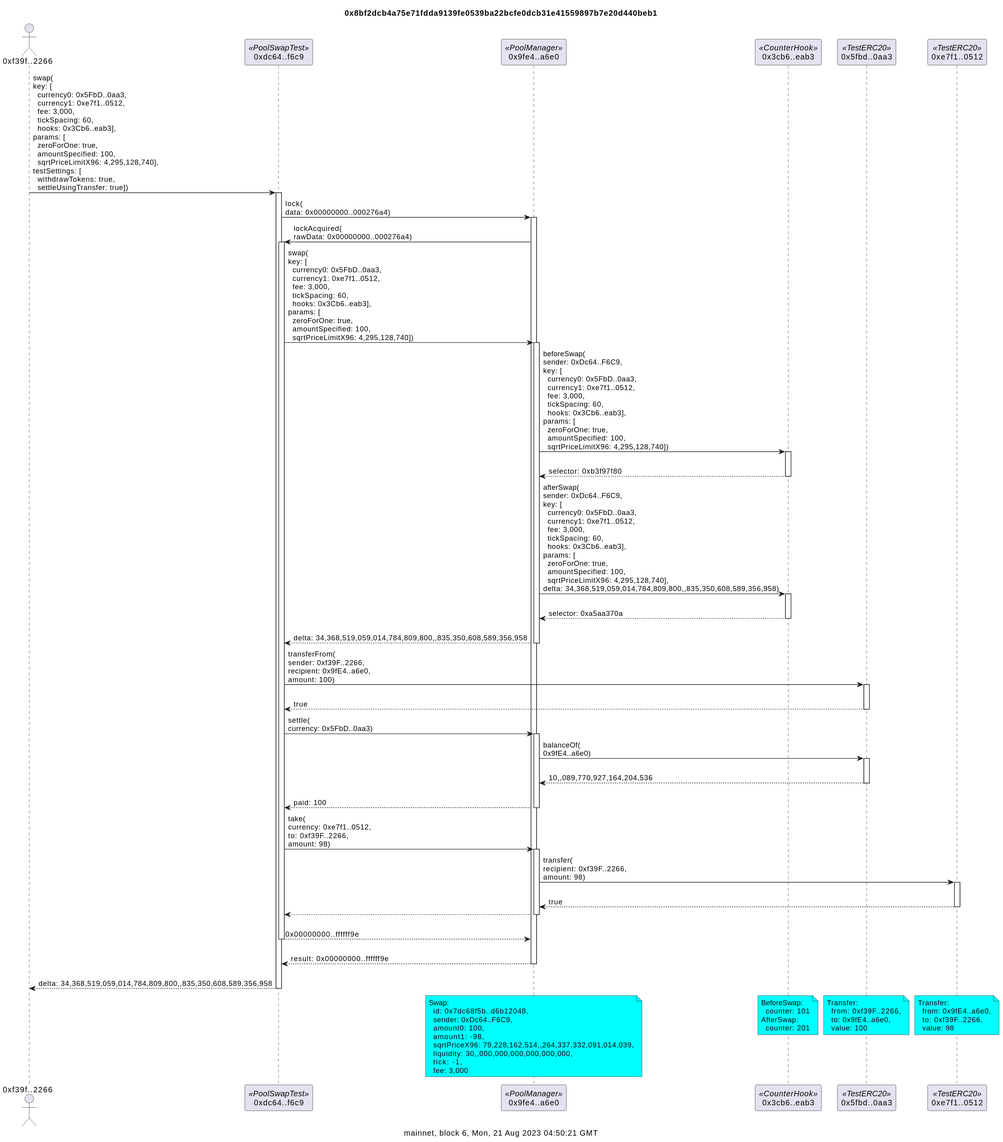
Before: docs/counterSwapDetailed.svg, a diagram exported from PlantUML (naddison36/uniswap-v4-hooks).
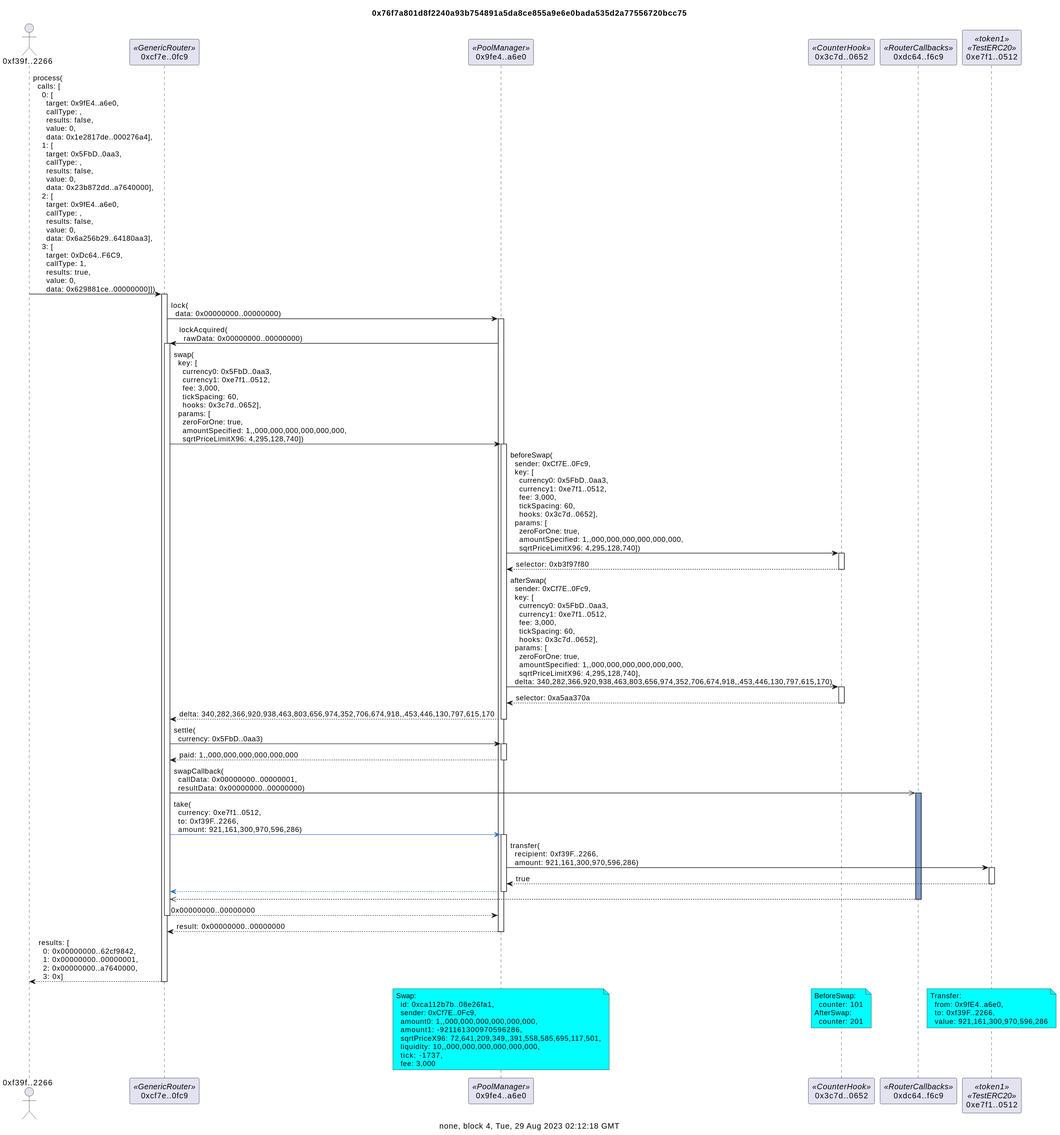
The same diagram one commit later.

The edit, as a diff of the source:
```diff
@@ -1,78 +1,68 @@
 @startuml
-title 0x8bf2dcb4a75e71fdda9139fe0539ba22bcfe0dcb31e41559897b7e20d440beb1
+title 0x76f7a801d8f2240a93b754891a5da8ce855a9e6e0bada535d2a77556720bcc75
 
-caption mainnet, block 6, Mon, 21 Aug 2023 04:50:21 GMT
+caption none, block 4, Tue, 29 Aug 2023 02:12:18 GMT
 actor "0xf39f..2266" as f39f2266
-participant "0xdc64..f6c9" as dc64f6c9 <<PoolSwapTest>>
+participant "0xcf7e..0fc9" as cf7e0fc9 <<GenericRouter>>
 participant "0x9fe4..a6e0" as 9fe4a6e0 <<PoolManager>>
-participant "0x3cb6..eab3" as 3cb6eab3 <<CounterHook>>
-participant "0x5fbd..0aa3" as 5fbd0aa3 <<TestERC20>>
-participant "0xe7f1..0512" as e7f10512 <<TestERC20>>
+participant "0x3c7d..0652" as 3c7d0652 <<CounterHook>>
+participant "0xdc64..f6c9" as dc64f6c9 <<RouterCallbacks>>
+participant "0xe7f1..0512" as e7f10512 <<token1>><<TestERC20>>
 
-f39f2266 -> dc64f6c9: swap(\nkey: [\n  currency0: 0x5FbD..0aa3,\n  currency1: 0xe7f1..0512,\n  fee: 3,000,\n  tickSpacing: 60,\n  hooks: 0x3Cb6..eab3],\nparams: [\n  zeroForOne: true,\n  amountSpecified: 100,\n  sqrtPriceLimitX96: 4,295,128,740],\ntestSettings: [\n  withdrawTokens: true,\n  settleUsingTransfer: true])
-activate dc64f6c9
-dc64f6c9 -> 9fe4a6e0: lock(\ndata: 0x00000000..000276a4)
+f39f2266 -> cf7e0fc9: process(\n  calls: [\n    0: [\n      target: 0x9fE4..a6e0,\n      callType: ,\n      results: false,\n      value: 0,\n      data: 0x1e2817de..000276a4],\n    1: [\n      target: 0x5FbD..0aa3,\n      callType: ,\n      results: false,\n      value: 0,\n      data: 0x23b872dd..a7640000],\n    2: [\n      target: 0x9fE4..a6e0,\n      callType: ,\n      results: false,\n      value: 0,\n      data: 0x6a256b29..64180aa3],\n    3: [\n      target: 0xDc64..F6C9,\n      callType: 1,\n      results: true,\n      value: 0,\n      data: 0x629881ce..00000000]])
+activate cf7e0fc9
+cf7e0fc9 -> 9fe4a6e0: lock(\n  data: 0x00000000..00000000)
 activate 9fe4a6e0
-9fe4a6e0 -> dc64f6c9: lockAcquired(\nrawData: 0x00000000..000276a4)
-activate dc64f6c9
-dc64f6c9 -> 9fe4a6e0: swap(\nkey: [\n  currency0: 0x5FbD..0aa3,\n  currency1: 0xe7f1..0512,\n  fee: 3,000,\n  tickSpacing: 60,\n  hooks: 0x3Cb6..eab3],\nparams: [\n  zeroForOne: true,\n  amountSpecified: 100,\n  sqrtPriceLimitX96: 4,295,128,740])
+9fe4a6e0 -> cf7e0fc9: lockAcquired(\n  rawData: 0x00000000..00000000)
+activate cf7e0fc9
+cf7e0fc9 -> 9fe4a6e0: swap(\n  key: [\n    currency0: 0x5FbD..0aa3,\n    currency1: 0xe7f1..0512,\n    fee: 3,000,\n    tickSpacing: 60,\n    hooks: 0x3c7d..0652],\n  params: [\n    zeroForOne: true,\n    amountSpecified: 1,,000,000,000,000,000,000,\n    sqrtPriceLimitX96: 4,295,128,740])
 activate 9fe4a6e0
-9fe4a6e0 -> 3cb6eab3: beforeSwap(\nsender: 0xDc64..F6C9,\nkey: [\n  currency0: 0x5FbD..0aa3,\n  currency1: 0xe7f1..0512,\n  fee: 3,000,\n  tickSpacing: 60,\n  hooks: 0x3Cb6..eab3],\nparams: [\n  zeroForOne: true,\n  amountSpecified: 100,\n  sqrtPriceLimitX96: 4,295,128,740])
-activate 3cb6eab3
-return\nselector: 0xb3f97f80
-9fe4a6e0 -> 3cb6eab3: afterSwap(\nsender: 0xDc64..F6C9,\nkey: [\n  currency0: 0x5FbD..0aa3,\n  currency1: 0xe7f1..0512,\n  fee: 3,000,\n  tickSpacing: 60,\n  hooks: 0x3Cb6..eab3],\nparams: [\n  zeroForOne: true,\n  amountSpecified: 100,\n  sqrtPriceLimitX96: 4,295,128,740],\ndelta: 34,368,519,059,014,784,809,800,,835,350,608,589,356,958)
-activate 3cb6eab3
-return\nselector: 0xa5aa370a
-return\ndelta: 34,368,519,059,014,784,809,800,,835,350,608,589,356,958
-dc64f6c9 -> 5fbd0aa3: transferFrom(\nsender: 0xf39F..2266,\nrecipient: 0x9fE4..a6e0,\namount: 100)
-activate 5fbd0aa3
-return\ntrue
-dc64f6c9 -> 9fe4a6e0: settle(\ncurrency: 0x5FbD..0aa3)
+9fe4a6e0 -> 3c7d0652: beforeSwap(\n  sender: 0xCf7E..0Fc9,\n  key: [\n    currency0: 0x5FbD..0aa3,\n    currency1: 0xe7f1..0512,\n    fee: 3,000,\n    tickSpacing: 60,\n    hooks: 0x3c7d..0652],\n  params: [\n    zeroForOne: true,\n    amountSpecified: 1,,000,000,000,000,000,000,\n    sqrtPriceLimitX96: 4,295,128,740])
+activate 3c7d0652
+return selector: 0xb3f97f80
+9fe4a6e0 -> 3c7d0652: afterSwap(\n  sender: 0xCf7E..0Fc9,\n  key: [\n    currency0: 0x5FbD..0aa3,\n    currency1: 0xe7f1..0512,\n    fee: 3,000,\n    tickSpacing: 60,\n    hooks: 0x3c7d..0652],\n  params: [\n    zeroForOne: true,\n    amountSpecified: 1,,000,000,000,000,000,000,\n    sqrtPriceLimitX96: 4,295,128,740],\n  delta: 340,282,366,920,938,463,803,656,974,352,706,674,918,,453,446,130,797,615,170)
+activate 3c7d0652
+return selector: 0xa5aa370a
+return delta: 340,282,366,920,938,463,803,656,974,352,706,674,918,,453,446,130,797,615,170
+cf7e0fc9 -> 9fe4a6e0: settle(\n  currency: 0x5FbD..0aa3)
 activate 9fe4a6e0
-9fe4a6e0 -> 5fbd0aa3: balanceOf(\n0x9fE4..a6e0)
-activate 5fbd0aa3
-return\n10,,089,770,927,164,204,536
-return\npaid: 100
-dc64f6c9 -> 9fe4a6e0: take(\ncurrency: 0xe7f1..0512,\nto: 0xf39F..2266,\namount: 98)
+return paid: 1,,000,000,000,000,000,000
+cf7e0fc9 ->> dc64f6c9: swapCallback(\n  callData: 0x00000000..00000001,\n  resultData: 0x00000000..00000000)
+activate dc64f6c9 #809ECB
+cf7e0fc9 -[#3471CD]> 9fe4a6e0: take(\n  currency: 0xe7f1..0512,\n  to: 0xf39F..2266,\n  amount: 921,161,300,970,596,286)
 activate 9fe4a6e0
-9fe4a6e0 -> e7f10512: transfer(\nrecipient: 0xf39F..2266,\namount: 98)
+9fe4a6e0 -> e7f10512: transfer(\n  recipient: 0xf39F..2266,\n  amount: 921,161,300,970,596,286)
 activate e7f10512
-return\ntrue
+return true
 return
-return\n0x00000000..ffffff9e
-return\nresult: 0x00000000..ffffff9e
-return\ndelta: 34,368,519,059,014,784,809,800,,835,350,608,589,356,958
+return
+return 0x00000000..00000000
+return result: 0x00000000..00000000
+return results: [\n  0: 0x00000000..62cf9842,\n  1: 0x00000000..00000001,\n  2: 0x00000000..a7640000,\n  3: 0x]
 
 note over 9fe4a6e0 #aqua
 Swap:
-  id: 0x7dc68f5b..d6b12048,
-  sender: 0xDc64..F6C9,
-  amount0: 100,
-  amount1: -98,
-  sqrtPriceX96: 79,228,162,514,,264,337,332,091,014,039,
-  liquidity: 30,,000,000,000,000,000,000,
-  tick: -1,
+  id: 0xca112b7b..08e26fa1,
+  sender: 0xCf7E..0Fc9,
+  amount0: 1,,000,000,000,000,000,000,
+  amount1: -921161300970596286,
+  sqrtPriceX96: 72,641,209,349,,391,558,585,695,117,501,
+  liquidity: 10,,000,000,000,000,000,000,
+  tick: -1737,
   fee: 3,000
 end note
 
-/ note over 3cb6eab3 #aqua
+/ note over 3c7d0652 #aqua
 BeforeSwap:
   counter: 101
 AfterSwap:
   counter: 201
 end note
 
-/ note over 5fbd0aa3 #aqua
-Transfer:
-  from: 0xf39F..2266,
-  to: 0x9fE4..a6e0,
-  value: 100
-end note
-
 / note over e7f10512 #aqua
 Transfer:
   from: 0x9fE4..a6e0,
   to: 0xf39F..2266,
-  value: 98
+  value: 921,161,300,970,596,286
 end note
 @enduml
```
